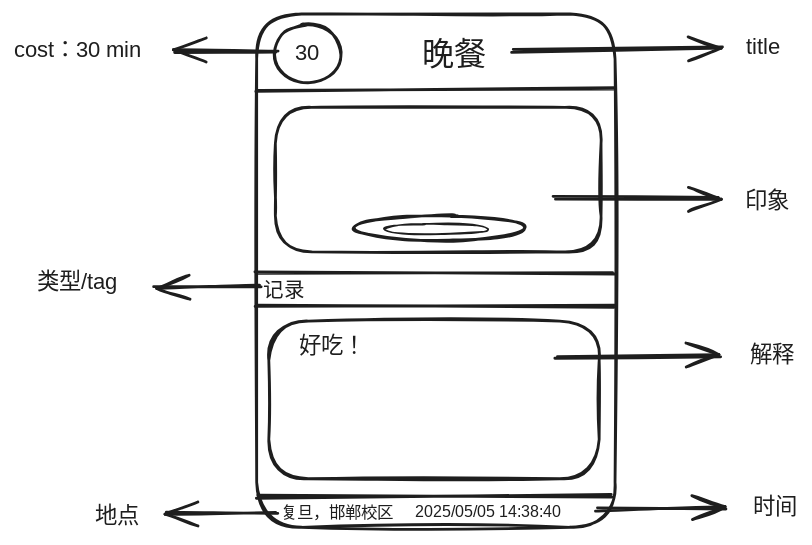
Earlier version of the Excalidraw export docs/design.excalidraw.svg (dzylikecode/TableMind). Source tidied: one line per element, renumbered; positions are measured from the earlier drawing's top-left corner, leaving out a move shared by most shapes.
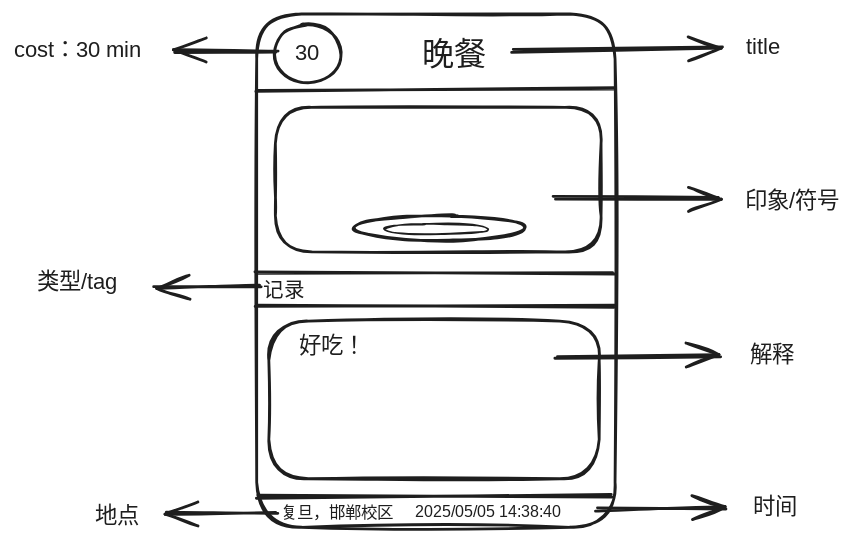
After the commit.

Change to the diagram source:
```diff
@@ -18,7 +18,7 @@
 {"id": 17, "type": "arrow", "strokeColor": "#1e1e1e", "strokeWidth": 2, "roughness": 1, "endArrowhead": "arrow", "round": true, "from": 0, "x": 356, "y": 26, "width": 150, "height": 1, "points": [[0, 0], [150, -1]]}
 {"id": 18, "type": "text", "text": "title", "strokeColor": "#1e1e1e", "strokeWidth": 2, "roughness": 1, "fontSize": 16, "fontFamily": 5, "x": 523, "y": 15, "width": 34, "height": 20}
 {"id": 19, "type": "arrow", "strokeColor": "#1e1e1e", "strokeWidth": 2, "roughness": 1, "endArrowhead": "arrow", "round": true, "x": 386, "y": 131, "width": 118, "height": 0, "points": [[0, 0], [118, 0]]}
-{"id": 20, "type": "text", "text": "印象", "strokeColor": "#1e1e1e", "strokeWidth": 2, "roughness": 1, "fontSize": 16, "fontFamily": 5, "x": 522, "y": 125, "width": 32, "height": 20}
+{"id": 20, "type": "text", "text": "印象/符号", "strokeColor": "#1e1e1e", "strokeWidth": 2, "roughness": 1, "fontSize": 16, "fontFamily": 5, "x": 522, "y": 125, "width": 73, "height": 20}
 {"id": 21, "type": "arrow", "strokeColor": "#1e1e1e", "strokeWidth": 2, "roughness": 1, "endArrowhead": "arrow", "round": true, "from": 13, "x": 176, "y": 195, "width": 75, "height": 0, "points": [[0, 0], [-75, 0]]}
 {"id": 22, "type": "text", "text": "类型/tag", "strokeColor": "#1e1e1e", "strokeWidth": 2, "roughness": 1, "fontSize": 16, "fontFamily": 5, "x": 17, "y": 183, "width": 68, "height": 20}
 {"id": 23, "type": "arrow", "strokeColor": "#1e1e1e", "strokeWidth": 2, "roughness": 1, "endArrowhead": "arrow", "round": true, "from": 11, "x": 387, "y": 246, "width": 118, "height": 2, "points": [[0, 0], [118, -2]]}
```
